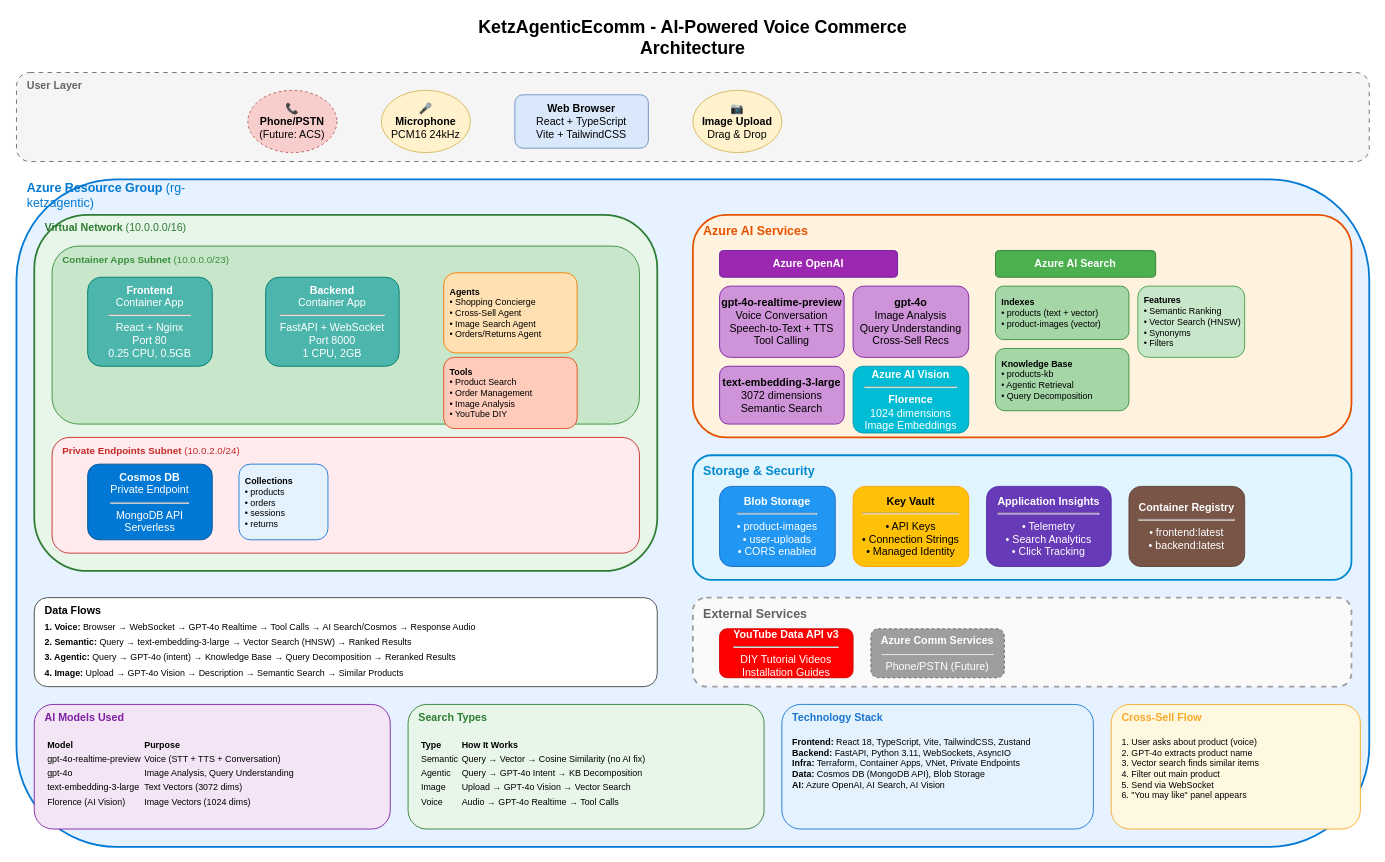
This is docs/architecture-diagram.drawio from DeepMalh44/KetzAgenticEcomm, a draw.io file, before an edit. Source tidied: cells renumbered, new cells numbered last; positions are measured from the earlier drawing's top-left corner, leaving out a move shared by most shapes. Both pictures are drawn from the tidied source at 89%, with x=0, y=0 at pixel (16, 19).
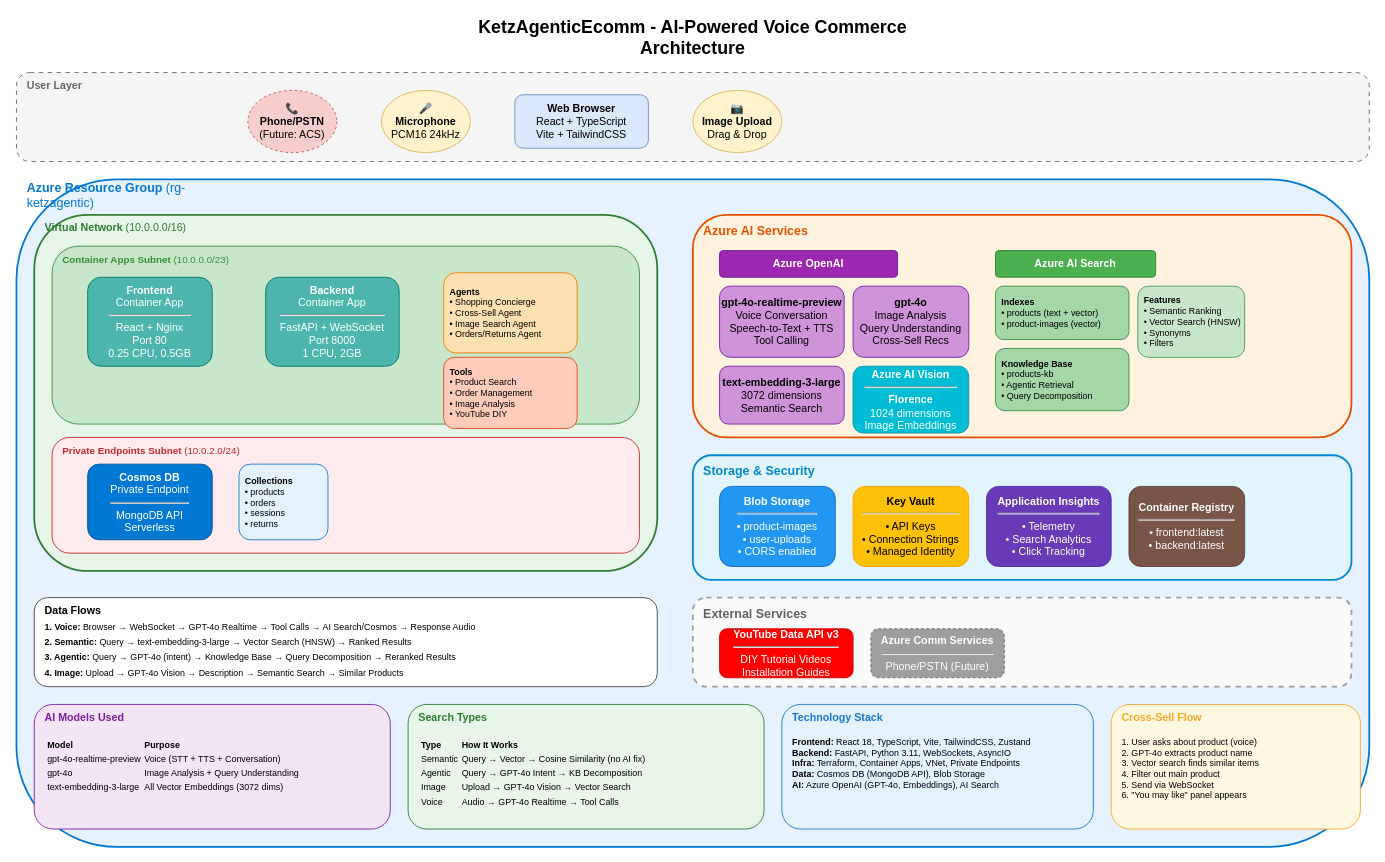
The same page after the edit.

Commit message (it also covers changes not shown here):
docs: Remove Florence/AI Vision references - clarify GPT-4o Vision approach

Diff of the diagram source:
```diff
@@
-    <mxCell id="52" value="&lt;table style=&quot;font-size:10px;&quot;&gt;&lt;tr&gt;&lt;td&gt;&lt;b&gt;Model&lt;/b&gt;&lt;/td&gt;&lt;td&gt;&lt;b&gt;Purpose&lt;/b&gt;&lt;/td&gt;&lt;/tr&gt;&lt;tr&gt;&lt;td&gt;gpt-4o-realtime-preview&lt;/td&gt;&lt;td&gt;Voice (STT + TTS + Conversation)&lt;/td&gt;&lt;/tr&gt;&lt;tr&gt;&lt;td&gt;gpt-4o&lt;/td&gt;&lt;td&gt;Image Analysis, Query Understanding&lt;/td&gt;&lt;/tr&gt;&lt;tr&gt;&lt;td&gt;text-embedding-3-large&lt;/td&gt;&lt;td&gt;Text Vectors (3072 dims)&lt;/td&gt;&lt;/tr&gt;&lt;tr&gt;&lt;td&gt;Florence (AI Vision)&lt;/td&gt;&lt;td&gt;Image Vectors (1024 dims)&lt;/td&gt;&lt;/tr&gt;&lt;/table&gt;" style="text;html=1;strokeColor=none;fillColor=none;align=left;verticalAlign=top;whiteSpace=wrap;rounded=0;" parent="1" vertex="1">
+    <mxCell id="52" value="&lt;table style=&quot;font-size:10px;&quot;&gt;&lt;tr&gt;&lt;td&gt;&lt;b&gt;Model&lt;/b&gt;&lt;/td&gt;&lt;td&gt;&lt;b&gt;Purpose&lt;/b&gt;&lt;/td&gt;&lt;/tr&gt;&lt;tr&gt;&lt;td&gt;gpt-4o-realtime-preview&lt;/td&gt;&lt;td&gt;Voice (STT + TTS + Conversation)&lt;/td&gt;&lt;/tr&gt;&lt;tr&gt;&lt;td&gt;gpt-4o&lt;/td&gt;&lt;td&gt;Image Analysis + Query Understanding&lt;/td&gt;&lt;/tr&gt;&lt;tr&gt;&lt;td&gt;text-embedding-3-large&lt;/td&gt;&lt;td&gt;All Vector Embeddings (3072 dims)&lt;/td&gt;&lt;/tr&gt;&lt;/table&gt;" style="text;html=1;strokeColor=none;fillColor=none;align=left;verticalAlign=top;whiteSpace=wrap;rounded=0;" parent="1" vertex="1">
       <mxGeometry x="30" y="800" width="380" height="100" as="geometry" />
     </mxCell>
@@
-    <mxCell id="58" value="&lt;b&gt;Frontend:&lt;/b&gt; React 18, TypeScript, Vite, TailwindCSS, Zustand&lt;br&gt;&lt;b&gt;Backend:&lt;/b&gt; FastAPI, Python 3.11, WebSockets, AsyncIO&lt;br&gt;&lt;b&gt;Infra:&lt;/b&gt; Terraform, Container Apps, VNet, Private Endpoints&lt;br&gt;&lt;b&gt;Data:&lt;/b&gt; Cosmos DB (MongoDB API), Blob Storage&lt;br&gt;&lt;b&gt;AI:&lt;/b&gt; Azure OpenAI, AI Search, AI Vision" style="text;html=1;strokeColor=none;fillColor=none;align=left;verticalAlign=top;whiteSpace=wrap;rounded=0;fontSize=10;" parent="1" vertex="1">
+    <mxCell id="58" value="&lt;b&gt;Frontend:&lt;/b&gt; React 18, TypeScript, Vite, TailwindCSS, Zustand&lt;br&gt;&lt;b&gt;Backend:&lt;/b&gt; FastAPI, Python 3.11, WebSockets, AsyncIO&lt;br&gt;&lt;b&gt;Infra:&lt;/b&gt; Terraform, Container Apps, VNet, Private Endpoints&lt;br&gt;&lt;b&gt;Data:&lt;/b&gt; Cosmos DB (MongoDB API), Blob Storage&lt;br&gt;&lt;b&gt;AI:&lt;/b&gt; Azure OpenAI (GPT-4o, Embeddings), AI Search" style="text;html=1;strokeColor=none;fillColor=none;align=left;verticalAlign=top;whiteSpace=wrap;rounded=0;fontSize=10;" parent="1" vertex="1">
       <mxGeometry x="870" y="800" width="330" height="100" as="geometry" />
     </mxCell>
```
